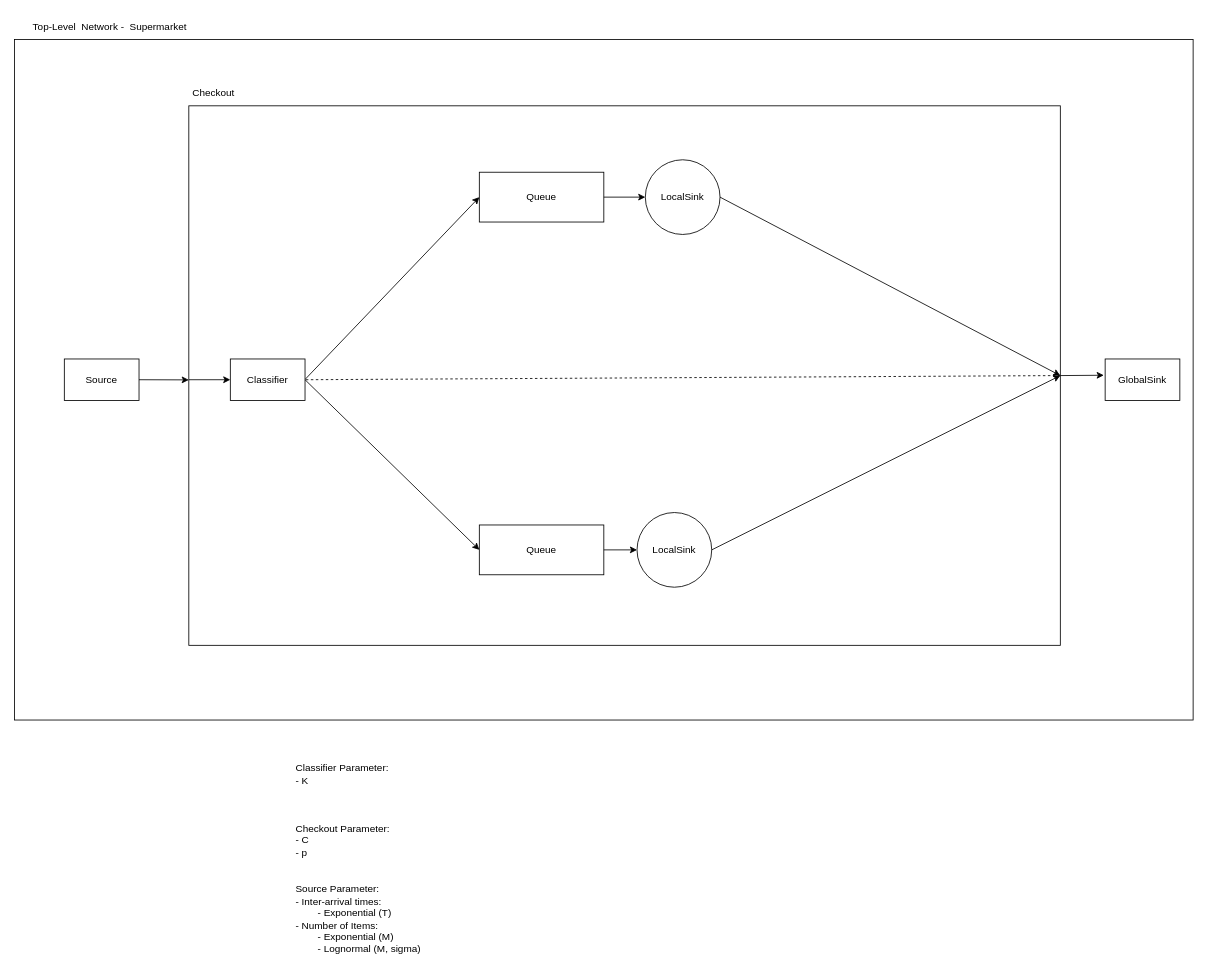
This is page "Pagina-5" (5 of 7) of Documentation/Resources/Model.drawio from giovanniligato/P3CSN, a draw.io file, before an edit. Source tidied: cells renumbered, new cells numbered last; positions are measured from the earlier drawing's top-left corner, leaving out a move shared by most shapes. Both pictures are drawn from the tidied source at 83%, with x=0, y=0 at pixel (14, 14).
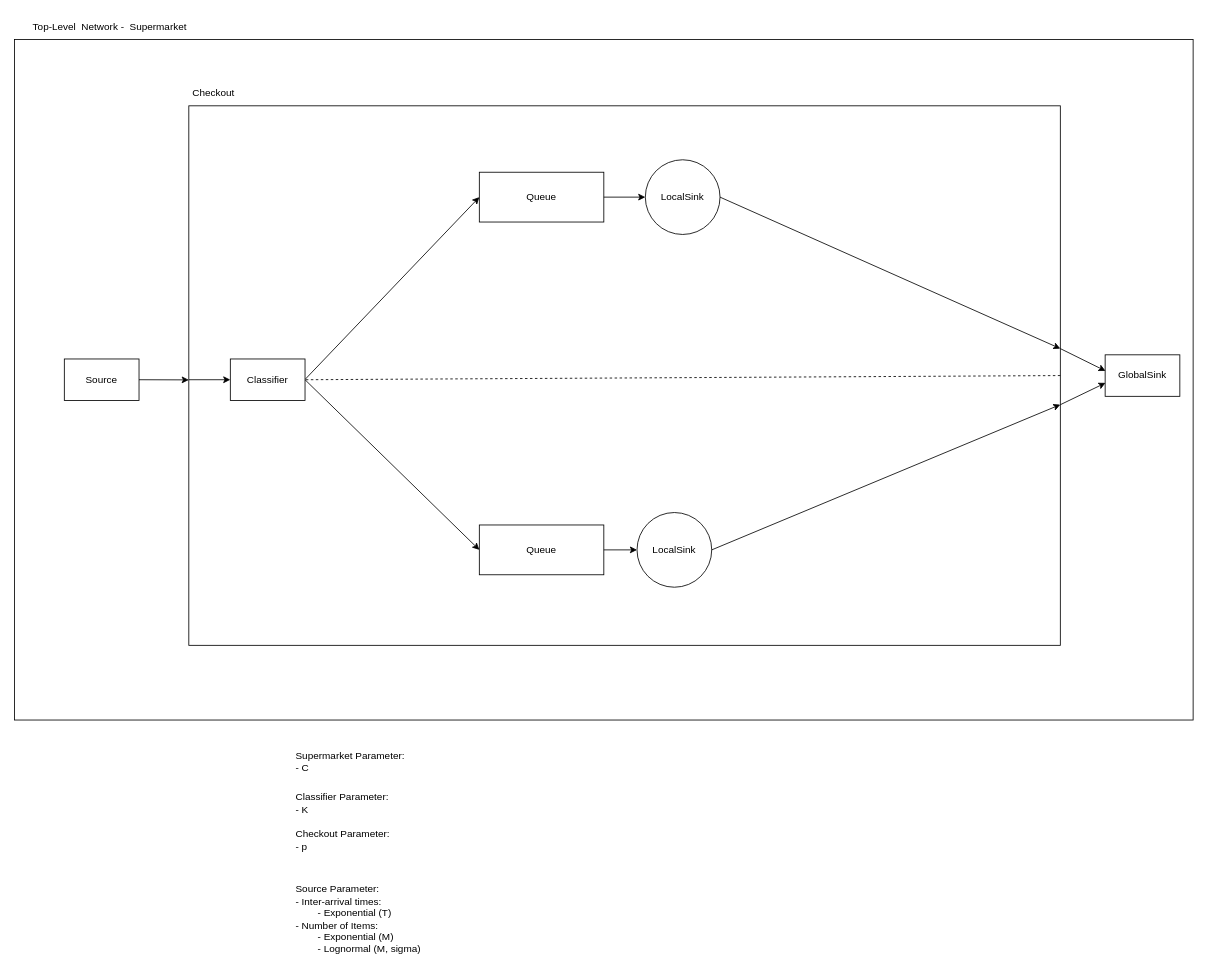
Above is the later version.

Unchanged cells that the change refers to:
```xml
<mxCell id="3" style="rounded=0;whiteSpace=wrap;html=1;fillColor=none;" parent="1" vertex="1">
  <mxGeometry x="210" y="110" width="1050" height="650" as="geometry" />
</mxCell>
<mxCell id="13" value="LocalSink" style="ellipse;whiteSpace=wrap;html=1;" parent="1" vertex="1">
  <mxGeometry x="760" y="175" width="90" height="90" as="geometry" />
</mxCell>
<mxCell id="17" value="LocalSink" style="ellipse;whiteSpace=wrap;html=1;" parent="1" vertex="1">
  <mxGeometry x="750" y="600" width="90" height="90" as="geometry" />
</mxCell>
```

The edit, as a diff of the source:
```diff
@@
     <mxCell id="6" value="GlobalSink" style="rounded=0;whiteSpace=wrap;html=1;" parent="1" vertex="1">
-      <mxGeometry x="1314" y="415" width="90" height="50" as="geometry" />
+      <mxGeometry x="1314" y="410" width="90" height="50" as="geometry" />
     </mxCell>
@@
-    <mxCell id="20" style="endArrow=classic;html=1;rounded=0;exitX=1;exitY=0.5;exitDx=0;exitDy=0;" parent="1" edge="1" source="13">
-      <mxGeometry relative="1" as="geometry">
-        <mxPoint x="1260" y="435" as="targetPoint" />
-      </mxGeometry>
+    <mxCell id="20" style="endArrow=classic;html=1;rounded=0;exitX=1;exitY=0.5;exitDx=0;exitDy=0;entryX=1;entryY=0.45;entryDx=0;entryDy=0;entryPerimeter=0;endFill=1;" parent="1" edge="1" source="13" target="3">
+      <mxGeometry relative="1" as="geometry" />
     </mxCell>
-    <mxCell id="21" style="endArrow=classic;html=1;rounded=0;exitX=1;exitY=0.5;exitDx=0;exitDy=0;entryX=1;entryY=0.5;entryDx=0;entryDy=0;" parent="1" edge="1" source="17" target="3">
-      <mxGeometry relative="1" as="geometry" />
+    <mxCell id="21" style="endArrow=classic;html=1;rounded=0;exitX=1;exitY=0.5;exitDx=0;exitDy=0;endFill=1;" parent="1" edge="1" source="17">
+      <mxGeometry relative="1" as="geometry">
+        <mxPoint x="1260" y="470" as="targetPoint" />
+      </mxGeometry>
     </mxCell>
-    <mxCell id="22" style="endArrow=classic;html=1;rounded=0;exitX=1;exitY=0.5;exitDx=0;exitDy=0;entryX=-0.018;entryY=0.392;entryDx=0;entryDy=0;entryPerimeter=0;" parent="1" edge="1" source="3" target="6">
+    <mxCell id="22" style="endArrow=classic;html=1;rounded=0;exitX=1;exitY=0.45;exitDx=0;exitDy=0;exitPerimeter=0;entryX=0.005;entryY=0.388;entryDx=0;entryDy=0;entryPerimeter=0;" parent="1" edge="1" source="3" target="6">
       <mxGeometry relative="1" as="geometry" />
     </mxCell>
-    <mxCell id="23" value="Checkout Parameter:&lt;br&gt;- C&lt;br&gt;- p" style="text;html=1;align=left;verticalAlign=middle;strokeColor=none;fillColor=none;" parent="1" vertex="1">
-      <mxGeometry x="337" y="965" width="140" height="60" as="geometry" />
+    <mxCell id="23" value="Checkout Parameter:&lt;br&gt;- p" style="text;html=1;align=left;verticalAlign=middle;strokeColor=none;fillColor=none;" parent="1" vertex="1">
+      <mxGeometry x="337" y="975" width="140" height="40" as="geometry" />
     </mxCell>
@@
     <mxCell id="25" value="Classifier Parameter:&lt;br&gt;- K" style="text;html=1;align=left;verticalAlign=middle;strokeColor=none;fillColor=none;" parent="1" vertex="1">
-      <mxGeometry x="337" y="895" width="140" height="40" as="geometry" />
+      <mxGeometry x="337" y="930" width="140" height="40" as="geometry" />
     </mxCell>
+    <mxCell id="26" style="endArrow=classic;html=1;rounded=0;exitX=1;exitY=0.554;exitDx=0;exitDy=0;exitPerimeter=0;entryX=0.005;entryY=0.677;entryDx=0;entryDy=0;entryPerimeter=0;" parent="1" edge="1" source="3" target="6">
+      <mxGeometry relative="1" as="geometry" />
+    </mxCell>
+    <mxCell id="27" value="Supermarket Parameter:&lt;br&gt;- C" style="text;html=1;align=left;verticalAlign=middle;strokeColor=none;fillColor=none;" parent="1" vertex="1">
+      <mxGeometry x="337" y="880" width="150" height="40" as="geometry" />
+    </mxCell>
```
